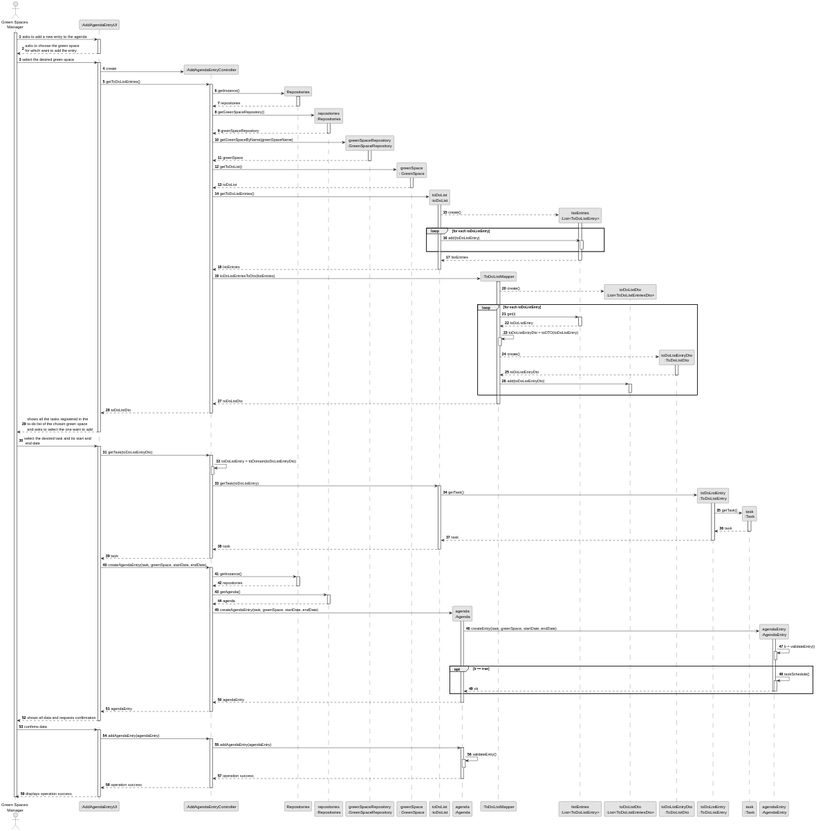
diogoveirospro/lei-24-s2-1dg-g072 keeps this PlantUML diagram as docs/sprintC/us022/03.design/svg/us022-sequence-diagram-full.svg. Above is the earlier version.
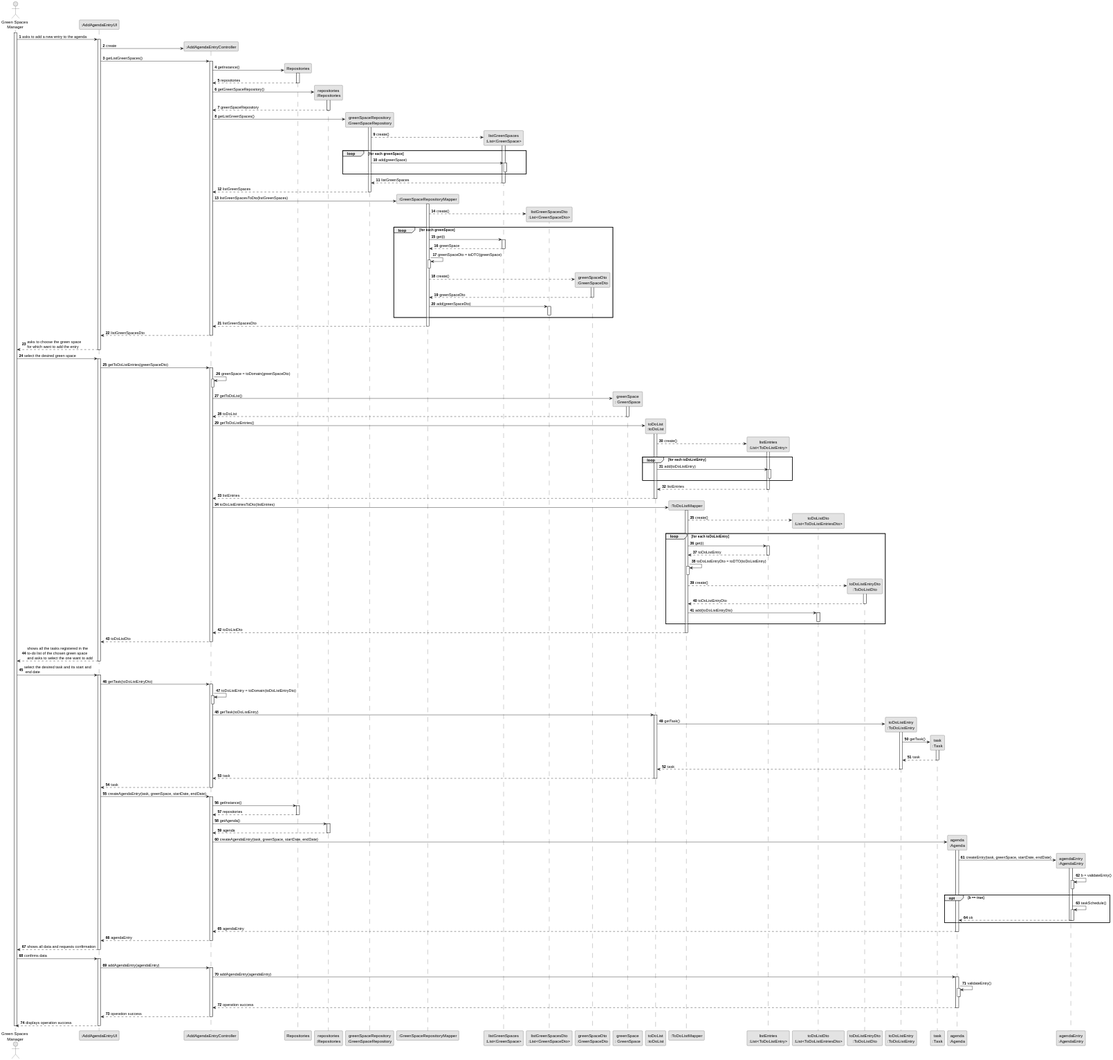
The same file after the commit.

What changed in the source:
```diff
@@ -11,15 +11,19 @@
 participant Repositories
 participant "repositories\n:Repositories" as REP
 participant "greenSpaceRepository\n:GreenSpaceRepository" as GREENSPACEREPOSITORY
+participant ":GreenSpaceRepositoryMapper" as GREENSPACEREPOSITORYMAPPER
+participant "listGreenSpaces\n:List<GreenSpace>" as LISTGREENSPACES
+participant "listGreenSpacesDto\n:List<GreenSpaceDto>" as LISTGREENSPACESDTO
+participant "greenSpaceDto\n:GreenSpaceDto" as GREENSPACEDTO
 participant "greenSpace\n: GreenSpace" as GREENSPACE
 participant "toDoList\n:toDoList" as TODOLIST
-participant "agenda\n:Agenda" as AGENDA
 participant ":ToDoListMapper" as TODOLISTMAPPER
 participant "listEntries\n:List<ToDoListEntry>" as LISTENTRIES
 participant "toDoListDto\n:List<ToDoListEntriesDto>" as TODOLISTDTO
 participant "toDoListEntryDto\n:ToDoListDto" as TODOLISTENTRYDTO
 participant "toDoListEntry\n:ToDoListEntry" as TODOLISTENTRY
 participant "task\n:Task" as TASK
+participant "agenda\n:Agenda" as AGENDA
 participant "agendaEntry\n:AgendaEntry" as AGENDAENTRY
 
 activate GSM
@@ -27,16 +31,9 @@
     GSM -> UI : asks to add a new entry to the agenda
     activate UI
 
-        UI --> GSM : asks to choose the green space \nfor which want to add the entry
-    deactivate UI
-
-    GSM -> UI : select the desired green space
-    activate UI
-
-
         UI -> CTRL** : create
 
-        UI -> CTRL : getToDoListEntries()
+        UI -> CTRL : getListGreenSpaces()
         activate CTRL
 
            CTRL -> Repositories**: getInstance()
@@ -51,11 +48,71 @@
                  REP --> CTRL: greenSpaceRepository
            deactivate REP
 
-           CTRL -> GREENSPACEREPOSITORY** : getGreenSpaceByName(greenSpaceName)
-           activate GREENSPACEREPOSITORY
+            CTRL -> GREENSPACEREPOSITORY** : getListGreenSpaces()
+            activate GREENSPACEREPOSITORY
 
-                GREENSPACEREPOSITORY --> CTRL : greenSpace
-           deactivate GREENSPACEREPOSITORY
+                    GREENSPACEREPOSITORY --> LISTGREENSPACES** : create()
+                    activate LISTGREENSPACES
+
+                        loop for each greenSpace
+                            GREENSPACEREPOSITORY -> LISTGREENSPACES : add(greenSpace)
+                            activate LISTGREENSPACES
+                            deactivate LISTGREENSPACES
+                        end
+
+                        LISTGREENSPACES --> GREENSPACEREPOSITORY : listGreenSpaces
+                    deactivate LISTGREENSPACES
+
+
+                GREENSPACEREPOSITORY --> CTRL : listGreenSpaces
+            deactivate GREENSPACEREPOSITORY
+
+            CTRL -> GREENSPACEREPOSITORYMAPPER** : listGreenSpacesToDto(listGreenSpaces)
+            activate GREENSPACEREPOSITORYMAPPER
+
+                GREENSPACEREPOSITORYMAPPER --> LISTGREENSPACESDTO** : create()
+
+                loop for each greenSpace
+                    GREENSPACEREPOSITORYMAPPER -> LISTGREENSPACES : get(i)
+                    activate LISTGREENSPACES
+
+                    LISTGREENSPACES --> GREENSPACEREPOSITORYMAPPER : greenSpace
+                    deactivate LISTGREENSPACES
+
+                    GREENSPACEREPOSITORYMAPPER -> GREENSPACEREPOSITORYMAPPER : greenSpaceDto = toDTO(greenSpace)
+                    activate GREENSPACEREPOSITORYMAPPER
+                    deactivate GREENSPACEREPOSITORYMAPPER
+
+                    GREENSPACEREPOSITORYMAPPER --> GREENSPACEDTO** : create()
+                    activate GREENSPACEDTO
+
+                    GREENSPACEDTO --> GREENSPACEREPOSITORYMAPPER : greenSpaceDto
+                    deactivate GREENSPACEDTO
+
+                    GREENSPACEREPOSITORYMAPPER -> LISTGREENSPACESDTO : add(greenSpaceDto)
+                    activate LISTGREENSPACESDTO
+                    deactivate LISTGREENSPACESDTO
+
+                end
+
+                GREENSPACEREPOSITORYMAPPER --> CTRL : listGreenSpacesDto
+            deactivate GREENSPACEREPOSITORYMAPPER
+
+            CTRL --> UI : listGreenSpacesDto
+        deactivate CTRL
+
+        UI --> GSM : asks to choose the green space \nfor which want to add the entry
+    deactivate UI
+
+    GSM -> UI : select the desired green space
+    activate UI
+
+        UI -> CTRL : getToDoListEntries(greenSpaceDto)
+        activate CTRL
+
+           CTRL -> CTRL : greenSpace = toDomain(greenSpaceDto)
+           activate CTRL
+           deactivate CTRL
 
            CTRL -> GREENSPACE**: getToDoList()
            activate GREENSPACE
```
